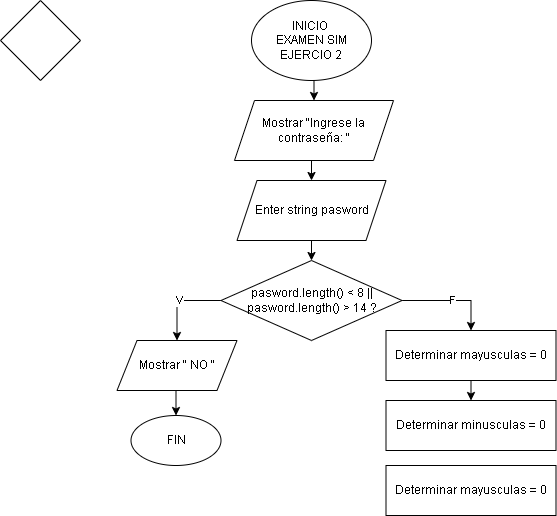
Earlier version of the draw.io export ExamenSim Eje2.drawio.png (D4ri4na/DiagramasDeFlujo). Source tidied: cells renumbered, new cells last; positions are measured from the earlier drawing's top-left corner, leaving out a move shared by most shapes.
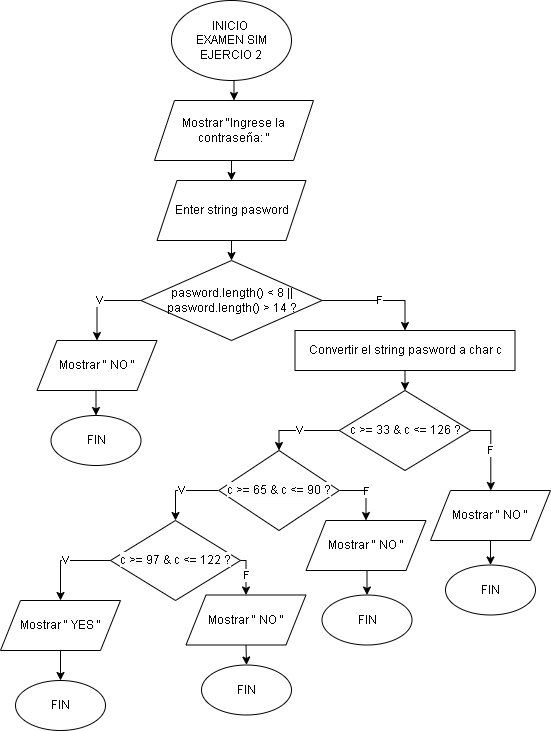
After the commit.

What changed in the source:
```diff
@@ -8,9 +8,6 @@
     <mxCell id="3" value="INICIO&amp;nbsp;&lt;div&gt;EXAMEN SIM&lt;br&gt;&lt;div&gt;EJERCIO 2&lt;/div&gt;&lt;/div&gt;" style="ellipse;whiteSpace=wrap;html=1;fontFamily=Helvetica;" parent="1" vertex="1">
       <mxGeometry x="251" width="120" height="80" as="geometry" />
     </mxCell>
-    <mxCell id="4" style="rhombus;whiteSpace=wrap;html=1;" parent="1" vertex="1">
-      <mxGeometry width="80" height="80" as="geometry" />
-    </mxCell>
     <mxCell id="5" style="edgeStyle=orthogonalEdgeStyle;rounded=0;jettySize=auto;html=1;exitX=0.5;exitY=1;exitDx=0;exitDy=0;entryX=0.5;entryY=0;entryDx=0;entryDy=0;" parent="1" edge="1" source="6" target="8">
       <mxGeometry relative="1" as="geometry" />
     </mxCell>
@@ -26,7 +23,7 @@
     <mxCell id="9" value="V" style="edgeStyle=orthogonalEdgeStyle;rounded=0;jettySize=auto;html=1;exitX=0;exitY=0.5;exitDx=0;exitDy=0;entryX=0.5;entryY=0;entryDx=0;entryDy=0;" parent="1" edge="1" source="11" target="13">
       <mxGeometry relative="1" as="geometry" />
     </mxCell>
-    <mxCell id="10" value="F" style="edgeStyle=orthogonalEdgeStyle;rounded=0;jettySize=auto;html=1;exitX=1;exitY=0.5;exitDx=0;exitDy=0;entryX=0.5;entryY=0;entryDx=0;entryDy=0;" parent="1" edge="1" source="11" target="16">
+    <mxCell id="10" value="F" style="edgeStyle=orthogonalEdgeStyle;rounded=0;jettySize=auto;html=1;exitX=1;exitY=0.5;exitDx=0;exitDy=0;entryX=0.5;entryY=0;entryDx=0;entryDy=0;" parent="1" edge="1" source="11" target="28">
       <mxGeometry relative="1" as="geometry" />
     </mxCell>
     <mxCell id="11" value="pasword.length() &amp;lt; 8 || pasword.length() &amp;gt; 14 ?" style="rhombus;whiteSpace=wrap;html=1;" parent="1" vertex="1">
@@ -41,17 +38,74 @@
     <mxCell id="14" value="FIN" style="ellipse;whiteSpace=wrap;html=1;" parent="1" vertex="1">
       <mxGeometry x="130.5" y="415" width="90" height="50" as="geometry" />
     </mxCell>
-    <mxCell id="15" style="edgeStyle=orthogonalEdgeStyle;rounded=0;jettySize=auto;html=1;exitX=0.5;exitY=1;exitDx=0;exitDy=0;entryX=0.5;entryY=0;entryDx=0;entryDy=0;" parent="1" edge="1" source="16" target="17">
-      <mxGeometry relative="1" as="geometry" />
-    </mxCell>
-    <mxCell id="16" value="Determinar mayusculas = 0" style="rounded=0;whiteSpace=wrap;html=1;" parent="1" vertex="1">
-      <mxGeometry x="385.5" y="330" width="170" height="50" as="geometry" />
-    </mxCell>
-    <mxCell id="17" value="Determinar minusculas = 0" style="rounded=0;whiteSpace=wrap;html=1;" parent="1" vertex="1">
-      <mxGeometry x="385.5" y="400" width="170" height="50" as="geometry" />
-    </mxCell>
-    <mxCell id="18" value="Determinar mayusculas = 0" style="rounded=0;whiteSpace=wrap;html=1;" parent="1" vertex="1">
-      <mxGeometry x="385.5" y="465" width="170" height="50" as="geometry" />
-    </mxCell>
+    <mxCell id="19" value="V" style="edgeStyle=orthogonalEdgeStyle;rounded=0;jettySize=auto;html=1;exitX=0;exitY=0.5;exitDx=0;exitDy=0;entryX=0.5;entryY=0;entryDx=0;entryDy=0;" parent="1" edge="1" source="21" target="23">
+      <mxGeometry relative="1" as="geometry" />
+    </mxCell>
+    <mxCell id="20" value="F" style="edgeStyle=orthogonalEdgeStyle;rounded=0;jettySize=auto;html=1;exitX=1;exitY=0.5;exitDx=0;exitDy=0;entryX=0.5;entryY=0;entryDx=0;entryDy=0;" parent="1" edge="1" source="21" target="25">
+      <mxGeometry relative="1" as="geometry" />
+    </mxCell>
+    <mxCell id="21" value="c &amp;gt;= 33 &amp;amp; c &amp;lt;= 126 ?" style="rhombus;whiteSpace=wrap;html=1;" parent="1" vertex="1">
+      <mxGeometry x="418.8" y="390" width="131.5" height="80" as="geometry" />
+    </mxCell>
+    <mxCell id="22" value="V" style="edgeStyle=orthogonalEdgeStyle;rounded=0;jettySize=auto;html=1;exitX=0;exitY=0.5;exitDx=0;exitDy=0;entryX=0.5;entryY=0;entryDx=0;entryDy=0;" parent="1" edge="1" source="23" target="34">
+      <mxGeometry relative="1" as="geometry" />
+    </mxCell>
+    <mxCell id="23" value="&lt;br&gt;&lt;span style=&quot;color: rgb(0, 0, 0); font-family: Helvetica; font-size: 12px; font-style: normal; font-variant-ligatures: normal; font-variant-caps: normal; font-weight: 400; letter-spacing: normal; orphans: 2; text-align: center; text-indent: 0px; text-transform: none; widows: 2; word-spacing: 0px; -webkit-text-stroke-width: 0px; white-space: normal; background-color: rgb(251, 251, 251); text-decoration-thickness: initial; text-decoration-style: initial; text-decoration-color: initial; display: inline !important; float: none;&quot;&gt;c &amp;gt;= 65 &amp;amp; c &amp;lt;= 90 ?&lt;/span&gt;&lt;div&gt;&lt;br/&gt;&lt;/div&gt;" style="rhombus;whiteSpace=wrap;html=1;" parent="1" vertex="1">
+      <mxGeometry x="298.2" y="450" width="120.5" height="80" as="geometry" />
+    </mxCell>
+    <mxCell id="24" style="edgeStyle=orthogonalEdgeStyle;rounded=0;jettySize=auto;html=1;exitX=0.5;exitY=1;exitDx=0;exitDy=0;entryX=0.5;entryY=0;entryDx=0;entryDy=0;" parent="1" edge="1" source="25" target="26">
+      <mxGeometry relative="1" as="geometry" />
+    </mxCell>
+    <mxCell id="25" value="Mostrar &quot; NO &quot;" style="shape=parallelogram;perimeter=parallelogramPerimeter;whiteSpace=wrap;html=1;fixedSize=1;" parent="1" vertex="1">
+      <mxGeometry x="510" y="490" width="120" height="50" as="geometry" />
+    </mxCell>
+    <mxCell id="26" value="FIN" style="ellipse;whiteSpace=wrap;html=1;" parent="1" vertex="1">
+      <mxGeometry x="525" y="564.5" width="90" height="50" as="geometry" />
+    </mxCell>
+    <mxCell id="27" style="edgeStyle=orthogonalEdgeStyle;rounded=0;jettySize=auto;html=1;exitX=0.5;exitY=1;exitDx=0;exitDy=0;entryX=0.5;entryY=0;entryDx=0;entryDy=0;" parent="1" edge="1" source="28" target="21">
+      <mxGeometry relative="1" as="geometry" />
+    </mxCell>
+    <mxCell id="28" value="Convertir el string pasword a char c" style="rounded=0;whiteSpace=wrap;html=1;" parent="1" vertex="1">
+      <mxGeometry x="374.5" y="330" width="220" height="40" as="geometry" />
+    </mxCell>
+    <mxCell id="29" value="F" style="edgeStyle=orthogonalEdgeStyle;rounded=0;jettySize=auto;html=1;exitX=1;exitY=0.5;exitDx=0;exitDy=0;entryX=0.5;entryY=0;entryDx=0;entryDy=0;" parent="1" edge="1" source="23" target="31">
+      <mxGeometry relative="1" as="geometry" />
+    </mxCell>
+    <mxCell id="30" style="edgeStyle=orthogonalEdgeStyle;rounded=0;jettySize=auto;html=1;exitX=0.5;exitY=1;exitDx=0;exitDy=0;entryX=0.5;entryY=0;entryDx=0;entryDy=0;" parent="1" edge="1" source="31" target="32">
+      <mxGeometry relative="1" as="geometry" />
+    </mxCell>
+    <mxCell id="31" value="Mostrar &quot; NO &quot;" style="shape=parallelogram;perimeter=parallelogramPerimeter;whiteSpace=wrap;html=1;fixedSize=1;" parent="1" vertex="1">
+      <mxGeometry x="385.5" y="520" width="120" height="50" as="geometry" />
+    </mxCell>
+    <mxCell id="32" value="FIN" style="ellipse;whiteSpace=wrap;html=1;" parent="1" vertex="1">
+      <mxGeometry x="401.5" y="594.5" width="90" height="50" as="geometry" />
+    </mxCell>
+    <mxCell id="33" value="V" style="edgeStyle=orthogonalEdgeStyle;rounded=0;jettySize=auto;html=1;exitX=0;exitY=0.5;exitDx=0;exitDy=0;entryX=0.5;entryY=0;entryDx=0;entryDy=0;" parent="1" edge="1" source="34" target="40">
+      <mxGeometry relative="1" as="geometry" />
+    </mxCell>
+    <mxCell id="34" value="&lt;br&gt;&lt;span style=&quot;color: rgb(0, 0, 0); font-family: Helvetica; font-size: 12px; font-style: normal; font-variant-ligatures: normal; font-variant-caps: normal; font-weight: 400; letter-spacing: normal; orphans: 2; text-align: center; text-indent: 0px; text-transform: none; widows: 2; word-spacing: 0px; -webkit-text-stroke-width: 0px; white-space: normal; background-color: rgb(251, 251, 251); text-decoration-thickness: initial; text-decoration-style: initial; text-decoration-color: initial; display: inline !important; float: none;&quot;&gt;c &amp;gt;= 97 &amp;amp; c &amp;lt;= 122 ?&lt;/span&gt;&lt;div&gt;&lt;br&gt;&lt;/div&gt;" style="rhombus;whiteSpace=wrap;html=1;" parent="1" vertex="1">
+      <mxGeometry x="190" y="520" width="130" height="80" as="geometry" />
+    </mxCell>
+    <mxCell id="35" value="F" style="edgeStyle=orthogonalEdgeStyle;rounded=0;jettySize=auto;html=1;exitX=1;exitY=0.5;exitDx=0;exitDy=0;entryX=0.5;entryY=0;entryDx=0;entryDy=0;" parent="1" edge="1" source="34" target="37">
+      <mxGeometry relative="1" as="geometry" />
+    </mxCell>
+    <mxCell id="36" style="edgeStyle=orthogonalEdgeStyle;rounded=0;jettySize=auto;html=1;exitX=0.5;exitY=1;exitDx=0;exitDy=0;entryX=0.5;entryY=0;entryDx=0;entryDy=0;" parent="1" edge="1" source="37" target="38">
+      <mxGeometry relative="1" as="geometry" />
+    </mxCell>
+    <mxCell id="37" value="Mostrar &quot; NO &quot;" style="shape=parallelogram;perimeter=parallelogramPerimeter;whiteSpace=wrap;html=1;fixedSize=1;" parent="1" vertex="1">
+      <mxGeometry x="265.5" y="594.5" width="120" height="50" as="geometry" />
+    </mxCell>
+    <mxCell id="38" value="FIN" style="ellipse;whiteSpace=wrap;html=1;" parent="1" vertex="1">
+      <mxGeometry x="281" y="664.5" width="90" height="50" as="geometry" />
+    </mxCell>
+    <mxCell id="39" style="edgeStyle=orthogonalEdgeStyle;rounded=0;jettySize=auto;html=1;exitX=0.5;exitY=1;exitDx=0;exitDy=0;entryX=0.5;entryY=0;entryDx=0;entryDy=0;" parent="1" edge="1" source="40" target="41">
+      <mxGeometry relative="1" as="geometry" />
+    </mxCell>
+    <mxCell id="40" value="Mostrar &quot; YES &quot;" style="shape=parallelogram;perimeter=parallelogramPerimeter;whiteSpace=wrap;html=1;fixedSize=1;" parent="1" vertex="1">
+      <mxGeometry x="80" y="600" width="120" height="50" as="geometry" />
+    </mxCell>
+    <mxCell id="41" value="FIN" style="ellipse;whiteSpace=wrap;html=1;" parent="1" vertex="1">
+      <mxGeometry x="95" y="680" width="90" height="50" as="geometry" />
+    </mxCell>
   </root>
 </mxGraphModel>
```
